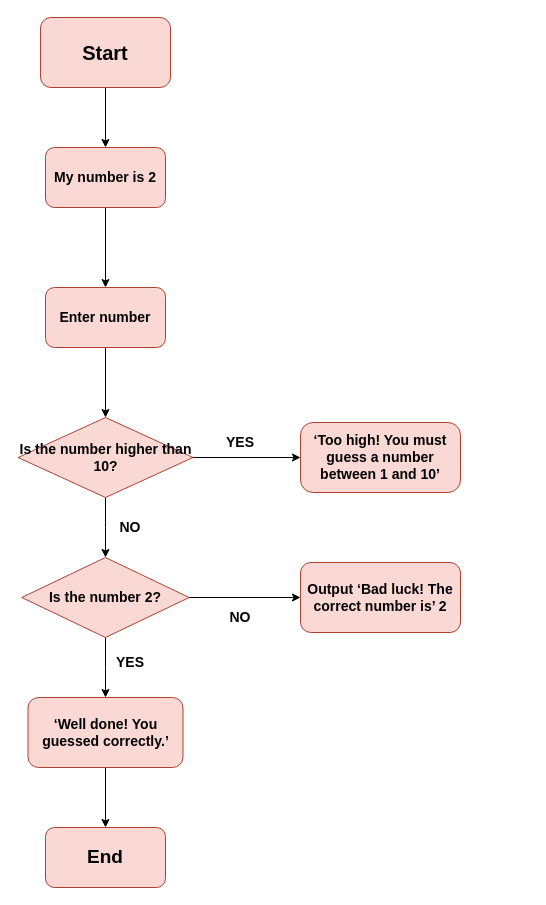
Before: แบบแผนที่ยังไม่ได้ตั้งชื่อ.drawio in fifaepik/paranroj-fifa, a draw.io diagram. Source tidied: cells renumbered, new cells numbered last; positions are measured from the earlier drawing's top-left corner, leaving out a move shared by most shapes. Both pictures are drawn from the tidied source at 100%, with x=0, y=0 at pixel (18, 17).
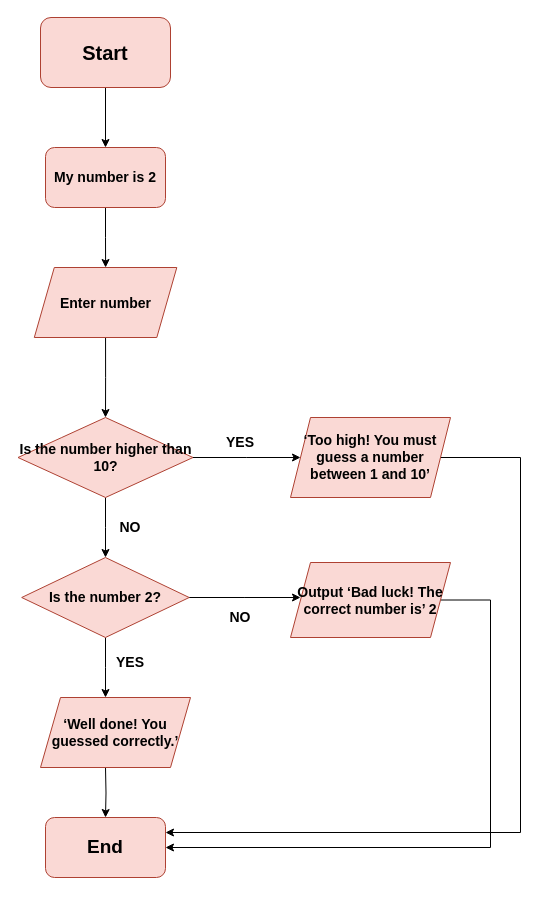
The same diagram, later.

Unchanged cells that the change refers to:
```xml
<mxCell id="10" value="&lt;b style=&quot;font-size: 14px;&quot;&gt;Is the number higher than 10?&lt;/b&gt;" style="rhombus;whiteSpace=wrap;html=1;fillColor=#fad9d5;strokeColor=#ae4132;rounded=1;arcSize=0;" parent="1" vertex="1">
  <mxGeometry x="-0.5" y="400" width="175" height="80" as="geometry" />
</mxCell>
<mxCell id="14" value="&lt;b&gt;Is the number 2?&lt;/b&gt;" style="rhombus;whiteSpace=wrap;html=1;fontSize=14;fillColor=#fad9d5;strokeColor=#ae4132;" parent="1" vertex="1">
  <mxGeometry x="3.2" y="540" width="167.5" height="80" as="geometry" />
</mxCell>
```

The edit, as a diff of the source:
```diff
@@
+    <mxCell id="23" style="edgeStyle=orthogonalEdgeStyle;rounded=0;jettySize=auto;html=1;fontSize=14;entryX=1;entryY=0.5;entryDx=0;entryDy=0;" parent="1" edge="1" source="15" target="22">
+      <mxGeometry relative="1" as="geometry">
+        <Array as="points">
+          <mxPoint x="472" y="583" />
+          <mxPoint x="472" y="830" />
+        </Array>
+      </mxGeometry>
+    </mxCell>
+    <mxCell id="15" value="&lt;b&gt;Output ‘Bad luck! The correct number is’ 2&lt;/b&gt;" style="shape=parallelogram;perimeter=parallelogramPerimeter;whiteSpace=wrap;html=1;fixedSize=1;fontSize=14;fillColor=#fad9d5;strokeColor=#ae4132;" parent="1" vertex="1">
+      <mxGeometry x="272" y="545" width="160" height="75" as="geometry" />
+    </mxCell>
@@
-    <mxCell id="6" style="edgeStyle=orthogonalEdgeStyle;rounded=0;jettySize=auto;html=1;fontSize=20;" parent="1" edge="1" source="7" target="10">
+    <mxCell id="6" style="edgeStyle=orthogonalEdgeStyle;rounded=0;jettySize=auto;html=1;fontSize=20;exitX=0.5;exitY=1;exitDx=0;exitDy=0;exitPerimeter=0;" parent="1" edge="1" source="7" target="10">
       <mxGeometry relative="1" as="geometry" />
     </mxCell>
-    <mxCell id="7" value="&lt;b style=&quot;font-size: 14px;&quot;&gt;Enter number&lt;/b&gt;" style="whiteSpace=wrap;html=1;fillColor=#fad9d5;strokeColor=#ae4132;rounded=1;" parent="1" vertex="1">
-      <mxGeometry x="27" y="270" width="120" height="60" as="geometry" />
-    </mxCell>
-    <mxCell id="8" style="edgeStyle=orthogonalEdgeStyle;rounded=0;jettySize=auto;html=1;fontSize=20;" parent="1" edge="1" source="10" target="11">
-      <mxGeometry relative="1" as="geometry" />
+    <mxCell id="8" style="edgeStyle=orthogonalEdgeStyle;rounded=0;jettySize=auto;html=1;fontSize=20;" parent="1" edge="1" source="10">
+      <mxGeometry relative="1" as="geometry">
+        <mxPoint x="282" y="440" as="targetPoint" />
+      </mxGeometry>
     </mxCell>
@@
-    <mxCell id="11" value="&lt;b style=&quot;font-size: 14px;&quot;&gt;‘Too high! You must guess a number between 1 and 10’&lt;/b&gt;" style="whiteSpace=wrap;html=1;fillColor=#fad9d5;strokeColor=#ae4132;rounded=1;arcSize=18;" parent="1" vertex="1">
-      <mxGeometry x="282" y="405" width="160" height="70" as="geometry" />
-    </mxCell>
-    <mxCell id="12" style="edgeStyle=orthogonalEdgeStyle;rounded=0;jettySize=auto;html=1;fontSize=14;" parent="1" edge="1" source="14" target="15">
-      <mxGeometry relative="1" as="geometry" />
+    <mxCell id="12" style="edgeStyle=orthogonalEdgeStyle;rounded=0;jettySize=auto;html=1;fontSize=14;" parent="1" edge="1" source="14">
+      <mxGeometry relative="1" as="geometry">
+        <mxPoint x="282" y="580" as="targetPoint" />
+      </mxGeometry>
     </mxCell>
-    <mxCell id="13" style="edgeStyle=orthogonalEdgeStyle;rounded=0;jettySize=auto;html=1;fontSize=14;" parent="1" edge="1" source="14" target="17">
-      <mxGeometry relative="1" as="geometry" />
+    <mxCell id="13" style="edgeStyle=orthogonalEdgeStyle;rounded=0;jettySize=auto;html=1;fontSize=14;" parent="1" edge="1" source="14">
+      <mxGeometry relative="1" as="geometry">
+        <mxPoint x="87" y="680" as="targetPoint" />
+      </mxGeometry>
     </mxCell>
@@
-    <mxCell id="15" value="&lt;b&gt;Output ‘Bad luck! The correct number is’ 2&lt;/b&gt;" style="rounded=1;whiteSpace=wrap;html=1;fontSize=14;fillColor=#fad9d5;strokeColor=#ae4132;" parent="1" vertex="1">
-      <mxGeometry x="282" y="545" width="160" height="70" as="geometry" />
-    </mxCell>
-    <mxCell id="16" style="edgeStyle=orthogonalEdgeStyle;rounded=0;jettySize=auto;html=1;fontSize=14;" parent="1" edge="1" source="17" target="22">
-      <mxGeometry relative="1" as="geometry" />
+    <mxCell id="16" style="edgeStyle=orthogonalEdgeStyle;rounded=0;jettySize=auto;html=1;fontSize=14;" parent="1" edge="1" target="22">
+      <mxGeometry relative="1" as="geometry">
+        <mxPoint x="87" y="750" as="sourcePoint" />
+      </mxGeometry>
     </mxCell>
-    <mxCell id="17" value="&lt;b&gt;‘Well done! You guessed correctly.’&lt;/b&gt;" style="rounded=1;whiteSpace=wrap;html=1;fontSize=14;fillColor=#fad9d5;strokeColor=#ae4132;" parent="1" vertex="1">
-      <mxGeometry x="9.5" y="680" width="155" height="70" as="geometry" />
-    </mxCell>
@@
     <mxCell id="22" value="&lt;b&gt;&lt;font style=&quot;font-size: 19px;&quot;&gt;End&lt;/font&gt;&lt;/b&gt;" style="whiteSpace=wrap;html=1;fontSize=14;fillColor=#fad9d5;strokeColor=#ae4132;rounded=1;" parent="1" vertex="1">
-      <mxGeometry x="27" y="810" width="120" height="60" as="geometry" />
+      <mxGeometry x="27" y="800" width="120" height="60" as="geometry" />
     </mxCell>
+    <mxCell id="7" value="&lt;b style=&quot;font-size: 14px;&quot;&gt;Enter number&lt;/b&gt;" style="shape=parallelogram;perimeter=parallelogramPerimeter;whiteSpace=wrap;html=1;fixedSize=1;fontSize=19;fillColor=#fad9d5;strokeColor=#ae4132;" parent="1" vertex="1">
+      <mxGeometry x="15.8" y="250" width="142.5" height="70" as="geometry" />
+    </mxCell>
+    <mxCell id="24" style="edgeStyle=orthogonalEdgeStyle;rounded=0;jettySize=auto;html=1;fontSize=14;entryX=1;entryY=0.25;entryDx=0;entryDy=0;" parent="1" edge="1" source="11" target="22">
+      <mxGeometry relative="1" as="geometry">
+        <Array as="points">
+          <mxPoint x="502" y="440" />
+          <mxPoint x="502" y="815" />
+        </Array>
+      </mxGeometry>
+    </mxCell>
+    <mxCell id="11" value="&lt;b&gt;‘Too high! You must guess a number between 1 and 10’&lt;/b&gt;" style="shape=parallelogram;perimeter=parallelogramPerimeter;whiteSpace=wrap;html=1;fixedSize=1;fontSize=14;fillColor=#fad9d5;strokeColor=#ae4132;" parent="1" vertex="1">
+      <mxGeometry x="272" y="400" width="160" height="80" as="geometry" />
+    </mxCell>
+    <mxCell id="17" value="&lt;b&gt;‘Well done! You guessed correctly.’&lt;/b&gt;" style="shape=parallelogram;perimeter=parallelogramPerimeter;whiteSpace=wrap;html=1;fixedSize=1;fontSize=14;fillColor=#fad9d5;strokeColor=#ae4132;" parent="1" vertex="1">
+      <mxGeometry x="22" y="680" width="150" height="70" as="geometry" />
+    </mxCell>
```
